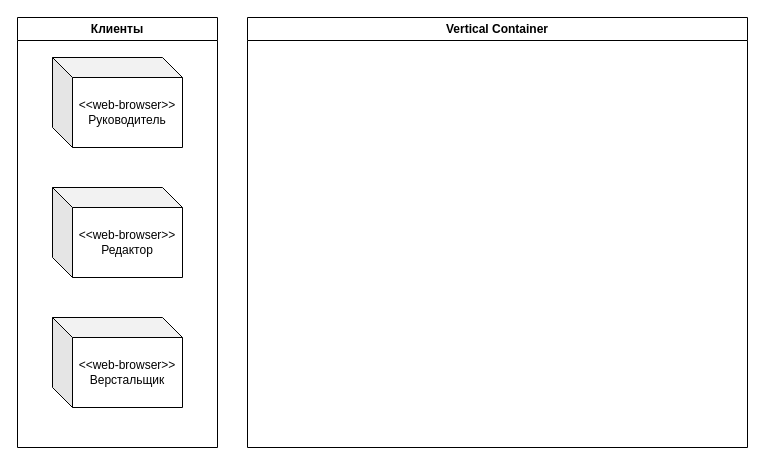
The draw.io diagram prac7.drawio in danaddi/draw.io, before the edit. Source tidied: cells renumbered, new cells numbered last; positions are measured from the earlier drawing's top-left corner, leaving out a move shared by most shapes. Both pictures are drawn from the tidied source at 100%, with x=0, y=0 at pixel (17, 17).
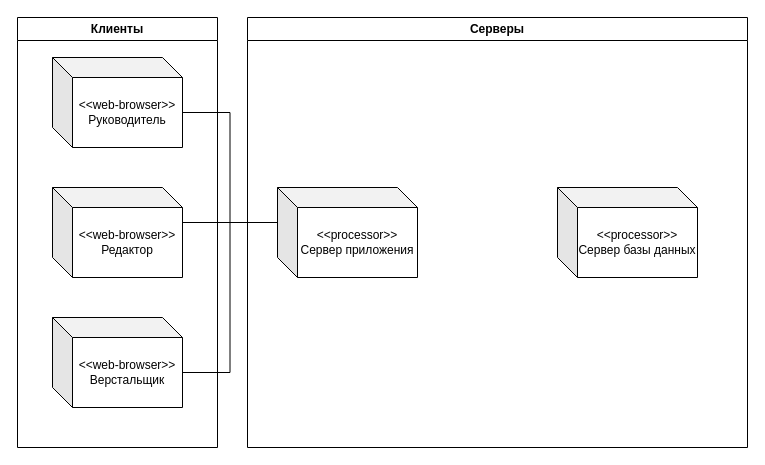
The same page after the edit.

Diff of the diagram source:
```diff
@@
 <mxGraphModel>
   <root>
     <mxCell id="0" />
     <mxCell id="1" parent="0" />
     <mxCell id="2" value="Клиенты" style="swimlane;whiteSpace=wrap;html=1;" parent="1" vertex="1">
       <mxGeometry width="200" height="430" as="geometry" />
     </mxCell>
     <mxCell id="3" value="&amp;lt;&amp;lt;web-browser&amp;gt;&amp;gt;&lt;div&gt;Руководитель&lt;/div&gt;" style="shape=cube;whiteSpace=wrap;html=1;boundedLbl=1;backgroundOutline=1;darkOpacity=0.05;darkOpacity2=0.1;" parent="2" vertex="1">
       <mxGeometry x="35" y="40" width="130" height="90" as="geometry" />
     </mxCell>
     <mxCell id="4" value="&amp;lt;&amp;lt;web-browser&amp;gt;&amp;gt;&lt;div&gt;Редактор&lt;/div&gt;" style="shape=cube;whiteSpace=wrap;html=1;boundedLbl=1;backgroundOutline=1;darkOpacity=0.05;darkOpacity2=0.1;" parent="2" vertex="1">
       <mxGeometry x="35" y="170" width="130" height="90" as="geometry" />
     </mxCell>
     <mxCell id="5" value="&amp;lt;&amp;lt;web-browser&amp;gt;&amp;gt;&lt;div&gt;Верстальщик&lt;/div&gt;" style="shape=cube;whiteSpace=wrap;html=1;boundedLbl=1;backgroundOutline=1;darkOpacity=0.05;darkOpacity2=0.1;" parent="2" vertex="1">
       <mxGeometry x="35" y="300" width="130" height="90" as="geometry" />
     </mxCell>
-    <mxCell id="6" value="Vertical Container" style="swimlane;whiteSpace=wrap;html=1;" parent="1" vertex="1">
+    <mxCell id="6" value="Серверы" style="swimlane;whiteSpace=wrap;html=1;" parent="1" vertex="1">
       <mxGeometry x="230" width="500" height="430" as="geometry" />
     </mxCell>
+    <mxCell id="7" value="&amp;lt;&amp;lt;processor&amp;gt;&amp;gt;&lt;div&gt;Сервер приложения&lt;/div&gt;" style="shape=cube;whiteSpace=wrap;html=1;boundedLbl=1;backgroundOutline=1;darkOpacity=0.05;darkOpacity2=0.1;" parent="6" vertex="1">
+      <mxGeometry x="30" y="170" width="140" height="90" as="geometry" />
+    </mxCell>
+    <mxCell id="8" value="&amp;lt;&amp;lt;processor&amp;gt;&amp;gt;&lt;div&gt;Сервер базы данных&lt;/div&gt;" style="shape=cube;whiteSpace=wrap;html=1;boundedLbl=1;backgroundOutline=1;darkOpacity=0.05;darkOpacity2=0.1;" parent="6" vertex="1">
+      <mxGeometry x="310" y="170" width="140" height="90" as="geometry" />
+    </mxCell>
+    <mxCell id="9" style="edgeStyle=orthogonalEdgeStyle;rounded=0;jettySize=auto;html=1;exitX=0;exitY=0;exitDx=130;exitDy=55;exitPerimeter=0;entryX=0;entryY=0;entryDx=0;entryDy=35;entryPerimeter=0;endArrow=none;endFill=0;" parent="1" edge="1" source="3" target="7">
+      <mxGeometry relative="1" as="geometry" />
+    </mxCell>
+    <mxCell id="10" style="edgeStyle=orthogonalEdgeStyle;rounded=0;jettySize=auto;html=1;exitX=0;exitY=0;exitDx=130;exitDy=55;exitPerimeter=0;entryX=0;entryY=0;entryDx=0;entryDy=35;entryPerimeter=0;endArrow=none;endFill=0;" parent="1" edge="1" source="4" target="7">
+      <mxGeometry relative="1" as="geometry">
+        <Array as="points">
+          <mxPoint x="165" y="205" />
+        </Array>
+      </mxGeometry>
+    </mxCell>
+    <mxCell id="11" style="edgeStyle=orthogonalEdgeStyle;rounded=0;jettySize=auto;html=1;exitX=0;exitY=0;exitDx=130;exitDy=55;exitPerimeter=0;entryX=0;entryY=0;entryDx=0;entryDy=35;entryPerimeter=0;endArrow=none;endFill=0;" parent="1" edge="1" source="5" target="7">
+      <mxGeometry relative="1" as="geometry" />
+    </mxCell>
   </root>
 </mxGraphModel>
```
